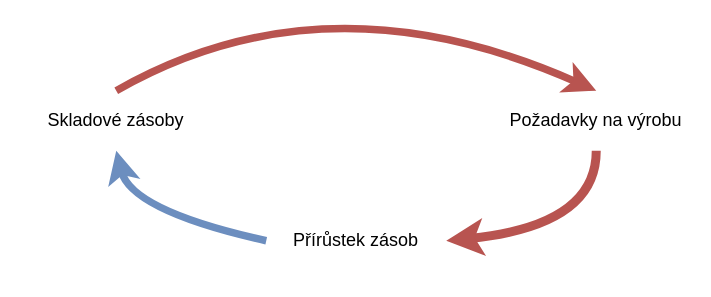
Before: page "Vyvažující" (4 of 14) of 02/SPM lecture 2.drawio in pesikj/fek-kpm-spm, a draw.io diagram. Source tidied: cells renumbered, new cells numbered last; positions are measured from the earlier drawing's top-left corner, leaving out a move shared by most shapes. Both pictures are drawn from the tidied source at 150%, with x=0, y=0 at pixel (26, -30).
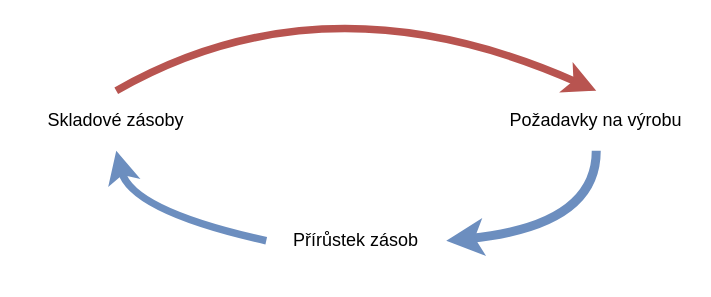
The same diagram, later.

What changed in the source:
```diff
@@
 <mxGraphModel>
   <root>
     <mxCell id="0" />
     <mxCell id="1" parent="0" />
     <mxCell id="2" value="Skladové zásoby" style="rounded=0;whiteSpace=wrap;html=1;strokeColor=none;" parent="1" vertex="1">
       <mxGeometry y="80" width="120" height="40" as="geometry" />
     </mxCell>
     <mxCell id="3" value="Požadavky na výrobu" style="rounded=0;whiteSpace=wrap;html=1;strokeColor=none;" parent="1" vertex="1">
       <mxGeometry x="320" y="80" width="120" height="40" as="geometry" />
     </mxCell>
     <mxCell id="4" style="curved=1;endArrow=classic;html=1;rounded=0;exitX=0.5;exitY=0;exitDx=0;exitDy=0;entryX=0.5;entryY=0;entryDx=0;entryDy=0;fillColor=#f8cecc;strokeColor=#b85450;strokeWidth=5;" parent="1" edge="1" source="2" target="3">
       <mxGeometry relative="1" as="geometry">
         <Array as="points">
           <mxPoint x="200" />
         </Array>
       </mxGeometry>
     </mxCell>
     <mxCell id="5" value="Přírůstek zásob" style="rounded=0;whiteSpace=wrap;html=1;strokeColor=none;" parent="1" vertex="1">
       <mxGeometry x="160" y="160" width="120" height="40" as="geometry" />
     </mxCell>
-    <mxCell id="6" style="curved=1;endArrow=classic;html=1;rounded=0;exitX=0.5;exitY=1;exitDx=0;exitDy=0;entryX=1;entryY=0.5;entryDx=0;entryDy=0;strokeWidth=6;fillColor=#f8cecc;strokeColor=#b85450;" parent="1" edge="1" source="3" target="5">
+    <mxCell id="6" style="curved=1;endArrow=classic;html=1;rounded=0;exitX=0.5;exitY=1;exitDx=0;exitDy=0;entryX=1;entryY=0.5;entryDx=0;entryDy=0;strokeWidth=6;fillColor=#dae8fc;strokeColor=#6c8ebf;" parent="1" edge="1" source="3" target="5">
       <mxGeometry relative="1" as="geometry">
         <Array as="points">
           <mxPoint x="380" y="170" />
         </Array>
       </mxGeometry>
     </mxCell>
     <mxCell id="7" style="curved=1;endArrow=classic;html=1;rounded=0;exitX=0;exitY=0.5;exitDx=0;exitDy=0;entryX=0.5;entryY=1;entryDx=0;entryDy=0;fillColor=#dae8fc;strokeColor=#6c8ebf;strokeWidth=5;" parent="1" edge="1" source="5" target="2">
       <mxGeometry relative="1" as="geometry">
         <Array as="points">
           <mxPoint x="70" y="160" />
         </Array>
       </mxGeometry>
     </mxCell>
   </root>
 </mxGraphModel>
```
